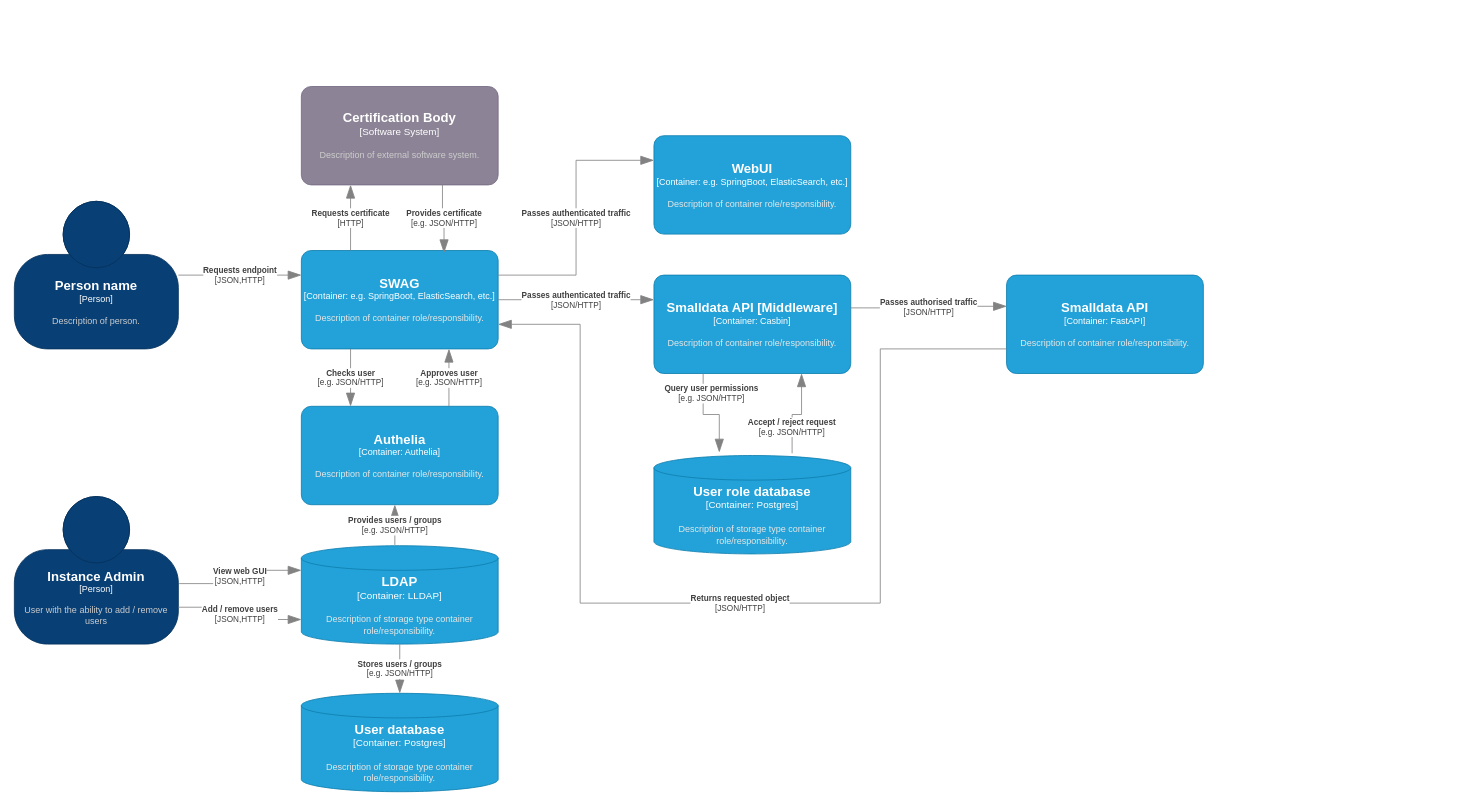
OliverWoolland/Diagrams keeps this draw.io diagram as page "Authentication" (6 of 6) of Smalldata_io.drawio. Above is the earlier version. Source tidied: cells renumbered, new cells numbered last; positions are measured from the earlier drawing's top-left corner, leaving out a move shared by most shapes. Both pictures are drawn from the tidied source at 82%, with x=0, y=0 at pixel (14, 86).
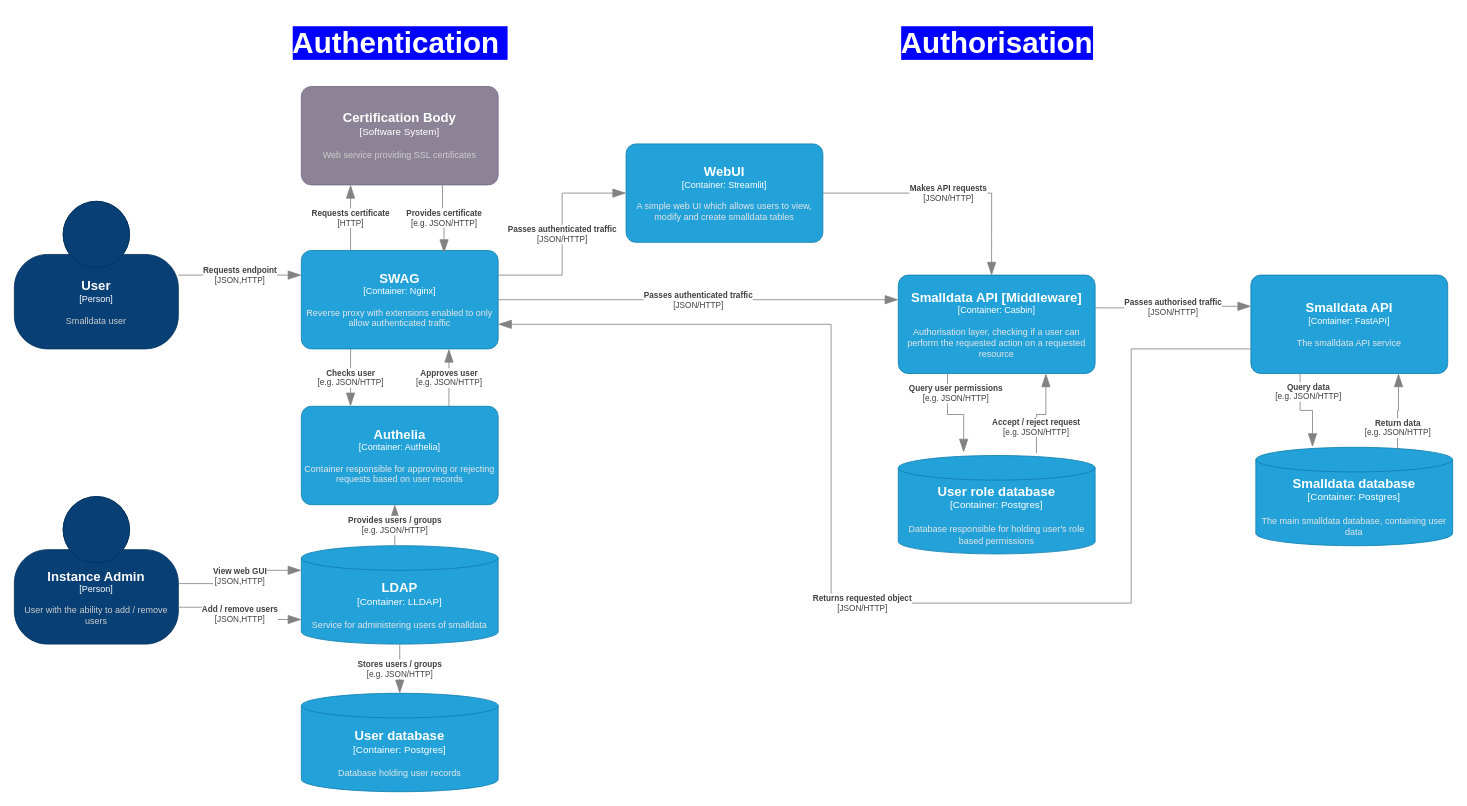
Above is the later version.

Change to the diagram source:
```diff
@@
-    <object id="2" label="&lt;font style=&quot;font-size: 16px&quot;&gt;&lt;b&gt;%c4Name%&lt;/b&gt;&lt;/font&gt;&lt;div&gt;[%c4Type%]&lt;/div&gt;&lt;br&gt;&lt;div&gt;&lt;font style=&quot;font-size: 11px&quot;&gt;&lt;font color=&quot;#cccccc&quot;&gt;%c4Description%&lt;/font&gt;&lt;/div&gt;" c4Description="Description of person." c4Name="Person name" c4Type="Person" placeholders="1">
+    <object id="2" label="&lt;font style=&quot;font-size: 16px&quot;&gt;&lt;b&gt;%c4Name%&lt;/b&gt;&lt;/font&gt;&lt;div&gt;[%c4Type%]&lt;/div&gt;&lt;br&gt;&lt;div&gt;&lt;font style=&quot;font-size: 11px&quot;&gt;&lt;font color=&quot;#cccccc&quot;&gt;%c4Description%&lt;/font&gt;&lt;/div&gt;" c4Description="Smalldata user" c4Name="User" c4Type="Person" placeholders="1">
       <mxCell style="html=1;fontSize=11;dashed=0;whiteSpace=wrap;fillColor=#083F75;strokeColor=#06315C;fontColor=#ffffff;shape=mxgraph.c4.person2;align=center;points=[[0.5,0,0],[1,0.5,0],[1,0.75,0],[0.75,1,0],[0.5,1,0],[0.25,1,0],[0,0.75,0],[0,0.5,0]];" parent="1" vertex="1">
         <mxGeometry y="140" width="200" height="180" as="geometry" />
       </mxCell>
     </object>
-    <object id="3" label="&lt;font style=&quot;font-size: 16px&quot;&gt;&lt;b&gt;%c4Name%&lt;/b&gt;&lt;/font&gt;&lt;div&gt;[%c4Type%]&lt;/div&gt;&lt;br&gt;&lt;div&gt;&lt;font style=&quot;font-size: 11px&quot;&gt;&lt;font color=&quot;#cccccc&quot;&gt;%c4Description%&lt;/font&gt;&lt;/div&gt;" c4Description="Description of external software system." c4Name="Certification Body" c4Type="Software System" placeholders="1">
+    <object id="3" label="&lt;font style=&quot;font-size: 16px&quot;&gt;&lt;b&gt;%c4Name%&lt;/b&gt;&lt;/font&gt;&lt;div&gt;[%c4Type%]&lt;/div&gt;&lt;br&gt;&lt;div&gt;&lt;font style=&quot;font-size: 11px&quot;&gt;&lt;font color=&quot;#cccccc&quot;&gt;%c4Description%&lt;/font&gt;&lt;/div&gt;" c4Description="Web service providing SSL certificates" c4Name="Certification Body" c4Type="Software System" placeholders="1">
       <mxCell style="rounded=1;whiteSpace=wrap;html=1;labelBackgroundColor=none;fillColor=#8C8496;fontColor=#ffffff;align=center;arcSize=10;strokeColor=#736782;points=[[0.25,0,0],[0.5,0,0],[0.75,0,0],[1,0.25,0],[1,0.5,0],[1,0.75,0],[0.75,1,0],[0.5,1,0],[0.25,1,0],[0,0.75,0],[0,0.5,0],[0,0.25,0]];" parent="1" vertex="1">
         <mxGeometry x="350" width="240" height="120" as="geometry" />
       </mxCell>
     </object>
-    <object id="4" label="&lt;font style=&quot;font-size: 16px&quot;&gt;&lt;b&gt;%c4Name%&lt;/b&gt;&lt;/font&gt;&lt;div&gt;[%c4Type%: %c4Technology%]&lt;/div&gt;&lt;br&gt;&lt;div&gt;&lt;font style=&quot;font-size: 11px&quot;&gt;&lt;font color=&quot;#E6E6E6&quot;&gt;%c4Description%&lt;/font&gt;&lt;/div&gt;" c4Description="Description of container role/responsibility." c4Name="SWAG" c4Technology="e.g. SpringBoot, ElasticSearch, etc." c4Type="Container" placeholders="1">
+    <object id="4" label="&lt;font style=&quot;font-size: 16px&quot;&gt;&lt;b&gt;%c4Name%&lt;/b&gt;&lt;/font&gt;&lt;div&gt;[%c4Type%: %c4Technology%]&lt;/div&gt;&lt;br&gt;&lt;div&gt;&lt;font style=&quot;font-size: 11px&quot;&gt;&lt;font color=&quot;#E6E6E6&quot;&gt;%c4Description%&lt;/font&gt;&lt;/div&gt;" c4Description="Reverse proxy with extensions enabled to only allow authenticated traffic" c4Name="SWAG" c4Technology="Nginx" c4Type="Container" placeholders="1">
       <mxCell style="rounded=1;whiteSpace=wrap;html=1;fontSize=11;labelBackgroundColor=none;fillColor=#23A2D9;fontColor=#ffffff;align=center;arcSize=10;strokeColor=#0E7DAD;points=[[0.25,0,0],[0.5,0,0],[0.75,0,0],[1,0.25,0],[1,0.5,0],[1,0.75,0],[0.75,1,0],[0.5,1,0],[0.25,1,0],[0,0.75,0],[0,0.5,0],[0,0.25,0]];" parent="1" vertex="1">
         <mxGeometry x="350" y="200" width="240" height="120" as="geometry" />
       </mxCell>
     </object>
-    <object id="5" label="&lt;font style=&quot;font-size: 16px&quot;&gt;&lt;b&gt;%c4Name%&lt;/b&gt;&lt;/font&gt;&lt;div&gt;[%c4Type%: %c4Technology%]&lt;/div&gt;&lt;br&gt;&lt;div&gt;&lt;font style=&quot;font-size: 11px&quot;&gt;&lt;font color=&quot;#E6E6E6&quot;&gt;%c4Description%&lt;/font&gt;&lt;/div&gt;" c4Description="Description of container role/responsibility." c4Name="Smalldata API [Middleware]" c4Technology="Casbin" c4Type="Container" placeholders="1">
+    <object id="5" label="&lt;font style=&quot;font-size: 16px&quot;&gt;&lt;b&gt;%c4Name%&lt;/b&gt;&lt;/font&gt;&lt;div&gt;[%c4Type%: %c4Technology%]&lt;/div&gt;&lt;br&gt;&lt;div&gt;&lt;font style=&quot;font-size: 11px&quot;&gt;&lt;font color=&quot;#E6E6E6&quot;&gt;%c4Description%&lt;/font&gt;&lt;/div&gt;" c4Description="Authorisation layer, checking if a user can perform the requested action on a requested resource" c4Name="Smalldata API [Middleware]" c4Technology="Casbin" c4Type="Container" placeholders="1">
       <mxCell style="rounded=1;whiteSpace=wrap;html=1;fontSize=11;labelBackgroundColor=none;fillColor=#23A2D9;fontColor=#ffffff;align=center;arcSize=10;strokeColor=#0E7DAD;points=[[0.25,0,0],[0.5,0,0],[0.75,0,0],[1,0.25,0],[1,0.5,0],[1,0.75,0],[0.75,1,0],[0.5,1,0],[0.25,1,0],[0,0.75,0],[0,0.5,0],[0,0.25,0]];" parent="1" vertex="1">
-        <mxGeometry x="780" y="230" width="240" height="120" as="geometry" />
+        <mxGeometry x="1078" y="230" width="240" height="120" as="geometry" />
       </mxCell>
     </object>
-    <object id="6" label="&lt;font style=&quot;font-size: 16px&quot;&gt;&lt;b&gt;%c4Name%&lt;/b&gt;&lt;/font&gt;&lt;div&gt;[%c4Type%: %c4Technology%]&lt;/div&gt;&lt;br&gt;&lt;div&gt;&lt;font style=&quot;font-size: 11px&quot;&gt;&lt;font color=&quot;#E6E6E6&quot;&gt;%c4Description%&lt;/font&gt;&lt;/div&gt;" c4Description="Description of container role/responsibility." c4Name="Authelia" c4Technology="Authelia" c4Type="Container" placeholders="1">
+    <object id="6" label="&lt;font style=&quot;font-size: 16px&quot;&gt;&lt;b&gt;%c4Name%&lt;/b&gt;&lt;/font&gt;&lt;div&gt;[%c4Type%: %c4Technology%]&lt;/div&gt;&lt;br&gt;&lt;div&gt;&lt;font style=&quot;font-size: 11px&quot;&gt;&lt;font color=&quot;#E6E6E6&quot;&gt;%c4Description%&lt;/font&gt;&lt;/div&gt;" c4Description="Container responsible for approving or rejecting requests based on user records" c4Name="Authelia" c4Technology="Authelia" c4Type="Container" placeholders="1">
       <mxCell style="rounded=1;whiteSpace=wrap;html=1;fontSize=11;labelBackgroundColor=none;fillColor=#23A2D9;fontColor=#ffffff;align=center;arcSize=10;strokeColor=#0E7DAD;points=[[0.25,0,0],[0.5,0,0],[0.75,0,0],[1,0.25,0],[1,0.5,0],[1,0.75,0],[0.75,1,0],[0.5,1,0],[0.25,1,0],[0,0.75,0],[0,0.5,0],[0,0.25,0]];" parent="1" vertex="1">
         <mxGeometry x="350" y="390" width="240" height="120" as="geometry" />
       </mxCell>
     </object>
-    <object id="7" label="&lt;font style=&quot;font-size: 16px&quot;&gt;&lt;b&gt;%c4Name%&lt;/b&gt;&lt;/font&gt;&lt;div&gt;[%c4Type%: %c4Technology%]&lt;/div&gt;&lt;br&gt;&lt;div&gt;&lt;font style=&quot;font-size: 11px&quot;&gt;&lt;font color=&quot;#E6E6E6&quot;&gt;%c4Description%&lt;/font&gt;&lt;/div&gt;" c4Description="Description of container role/responsibility." c4Name="WebUI" c4Technology="e.g. SpringBoot, ElasticSearch, etc." c4Type="Container" placeholders="1">
+    <object id="7" label="&lt;font style=&quot;font-size: 16px&quot;&gt;&lt;b&gt;%c4Name%&lt;/b&gt;&lt;/font&gt;&lt;div&gt;[%c4Type%: %c4Technology%]&lt;/div&gt;&lt;br&gt;&lt;div&gt;&lt;font style=&quot;font-size: 11px&quot;&gt;&lt;font color=&quot;#E6E6E6&quot;&gt;%c4Description%&lt;/font&gt;&lt;/div&gt;" c4Description="A simple web UI which allows users to view, modify and create smalldata tables" c4Name="WebUI" c4Technology="Streamlit" c4Type="Container" placeholders="1">
       <mxCell style="rounded=1;whiteSpace=wrap;html=1;fontSize=11;labelBackgroundColor=none;fillColor=#23A2D9;fontColor=#ffffff;align=center;arcSize=10;strokeColor=#0E7DAD;points=[[0.25,0,0],[0.5,0,0],[0.75,0,0],[1,0.25,0],[1,0.5,0],[1,0.75,0],[0.75,1,0],[0.5,1,0],[0.25,1,0],[0,0.75,0],[0,0.5,0],[0,0.25,0]];" parent="1" vertex="1">
-        <mxGeometry x="780" y="60" width="240" height="120" as="geometry" />
+        <mxGeometry x="746" y="70" width="240" height="120" as="geometry" />
       </mxCell>
     </object>
-    <object id="8" label="&lt;font style=&quot;font-size: 16px&quot;&gt;&lt;b&gt;%c4Type%&lt;/b&gt;&lt;/font&gt;&lt;div&gt;[%c4Container%:&amp;nbsp;%c4Technology%]&lt;/div&gt;&lt;br&gt;&lt;div&gt;&lt;font style=&quot;font-size: 11px&quot;&gt;&lt;font color=&quot;#E6E6E6&quot;&gt;%c4Description%&lt;/font&gt;&lt;/div&gt;" c4Container="Container" c4Description="Description of storage type container role/responsibility." c4Technology="Postgres" c4Type="User role database" placeholders="1">
+    <object id="8" label="&lt;font style=&quot;font-size: 16px&quot;&gt;&lt;b&gt;%c4Type%&lt;/b&gt;&lt;/font&gt;&lt;div&gt;[%c4Container%:&amp;nbsp;%c4Technology%]&lt;/div&gt;&lt;br&gt;&lt;div&gt;&lt;font style=&quot;font-size: 11px&quot;&gt;&lt;font color=&quot;#E6E6E6&quot;&gt;%c4Description%&lt;/font&gt;&lt;/div&gt;" c4Container="Container" c4Description="Database responsible for holding user's role based permissions" c4Technology="Postgres" c4Type="User role database" placeholders="1">
       <mxCell style="shape=cylinder3;size=15;whiteSpace=wrap;html=1;boundedLbl=1;rounded=0;labelBackgroundColor=none;fillColor=#23A2D9;fontSize=12;fontColor=#ffffff;align=center;strokeColor=#0E7DAD;points=[[0.5,0,0],[1,0.25,0],[1,0.5,0],[1,0.75,0],[0.5,1,0],[0,0.75,0],[0,0.5,0],[0,0.25,0]];" parent="1" vertex="1">
-        <mxGeometry x="780" y="450" width="240" height="120" as="geometry" />
+        <mxGeometry x="1078" y="450" width="240" height="120" as="geometry" />
       </mxCell>
     </object>
-    <object id="9" label="&lt;font style=&quot;font-size: 16px&quot;&gt;&lt;b&gt;%c4Type%&lt;/b&gt;&lt;/font&gt;&lt;div&gt;[%c4Container%:&amp;nbsp;%c4Technology%]&lt;/div&gt;&lt;br&gt;&lt;div&gt;&lt;font style=&quot;font-size: 11px&quot;&gt;&lt;font color=&quot;#E6E6E6&quot;&gt;%c4Description%&lt;/font&gt;&lt;/div&gt;" c4Container="Container" c4Description="Description of storage type container role/responsibility." c4Technology="LLDAP" c4Type="LDAP" placeholders="1">
+    <object id="9" label="&lt;font style=&quot;font-size: 16px&quot;&gt;&lt;b&gt;%c4Type%&lt;/b&gt;&lt;/font&gt;&lt;div&gt;[%c4Container%:&amp;nbsp;%c4Technology%]&lt;/div&gt;&lt;br&gt;&lt;div&gt;&lt;font style=&quot;font-size: 11px&quot;&gt;&lt;font color=&quot;#E6E6E6&quot;&gt;%c4Description%&lt;/font&gt;&lt;/div&gt;" c4Container="Container" c4Description="Service for administering users of smalldata" c4Technology="LLDAP" c4Type="LDAP" placeholders="1">
       <mxCell style="shape=cylinder3;size=15;whiteSpace=wrap;html=1;boundedLbl=1;rounded=0;labelBackgroundColor=none;fillColor=#23A2D9;fontSize=12;fontColor=#ffffff;align=center;strokeColor=#0E7DAD;points=[[0.5,0,0],[1,0.25,0],[1,0.5,0],[1,0.75,0],[0.5,1,0],[0,0.75,0],[0,0.5,0],[0,0.25,0]];" parent="1" vertex="1">
         <mxGeometry x="350" y="560" width="240" height="120" as="geometry" />
       </mxCell>
     </object>
@@
     <object id="16" label="&lt;div style=&quot;text-align: left&quot;&gt;&lt;div style=&quot;text-align: center&quot;&gt;&lt;b&gt;%c4Description%&lt;/b&gt;&lt;/div&gt;&lt;div style=&quot;text-align: center&quot;&gt;[%c4Technology%]&lt;/div&gt;&lt;/div&gt;" c4Description="Passes authenticated traffic" c4Technology="JSON/HTTP" placeholders="1">
-      <mxCell style="endArrow=blockThin;html=1;fontSize=10;fontColor=#404040;strokeWidth=1;endFill=1;strokeColor=#828282;elbow=vertical;endSize=14;startSize=14;jumpStyle=arc;jumpSize=16;rounded=0;edgeStyle=orthogonalEdgeStyle;exitX=1;exitY=0.25;exitDx=0;exitDy=0;exitPerimeter=0;entryX=0;entryY=0.25;entryDx=0;entryDy=0;entryPerimeter=0;" parent="1" edge="1" source="4" target="7">
+      <mxCell style="endArrow=blockThin;html=1;fontSize=10;fontColor=#404040;strokeWidth=1;endFill=1;strokeColor=#828282;elbow=vertical;endSize=14;startSize=14;jumpStyle=arc;jumpSize=16;rounded=0;edgeStyle=orthogonalEdgeStyle;exitX=1;exitY=0.25;exitDx=0;exitDy=0;exitPerimeter=0;entryX=0;entryY=0.5;entryDx=0;entryDy=0;entryPerimeter=0;" parent="1" edge="1" source="4" target="7">
         <mxGeometry relative="1" as="geometry" />
       </mxCell>
     </object>
@@
-    <object id="18" label="&lt;font style=&quot;font-size: 16px&quot;&gt;&lt;b&gt;%c4Name%&lt;/b&gt;&lt;/font&gt;&lt;div&gt;[%c4Type%: %c4Technology%]&lt;/div&gt;&lt;br&gt;&lt;div&gt;&lt;font style=&quot;font-size: 11px&quot;&gt;&lt;font color=&quot;#E6E6E6&quot;&gt;%c4Description%&lt;/font&gt;&lt;/div&gt;" c4Description="Description of container role/responsibility." c4Name="Smalldata API " c4Technology="FastAPI" c4Type="Container" placeholders="1">
+    <object id="18" label="&lt;font style=&quot;font-size: 16px&quot;&gt;&lt;b&gt;%c4Name%&lt;/b&gt;&lt;/font&gt;&lt;div&gt;[%c4Type%: %c4Technology%]&lt;/div&gt;&lt;br&gt;&lt;div&gt;&lt;font style=&quot;font-size: 11px&quot;&gt;&lt;font color=&quot;#E6E6E6&quot;&gt;%c4Description%&lt;/font&gt;&lt;/div&gt;" c4Description="The smalldata API service" c4Name="Smalldata API " c4Technology="FastAPI" c4Type="Container" placeholders="1">
       <mxCell style="rounded=1;whiteSpace=wrap;html=1;fontSize=11;labelBackgroundColor=none;fillColor=#23A2D9;fontColor=#ffffff;align=center;arcSize=10;strokeColor=#0E7DAD;points=[[0.25,0,0],[0.5,0,0],[0.75,0,0],[1,0.25,0],[1,0.5,0],[1,0.75,0],[0.75,1,0],[0.5,1,0],[0.25,1,0],[0,0.75,0],[0,0.5,0],[0,0.25,0]];" parent="1" vertex="1">
-        <mxGeometry x="1210" y="230" width="240" height="120" as="geometry" />
+        <mxGeometry x="1508" y="230" width="240" height="120" as="geometry" />
       </mxCell>
     </object>
@@
     <object id="20" label="&lt;div style=&quot;text-align: left&quot;&gt;&lt;div style=&quot;text-align: center&quot;&gt;&lt;b&gt;%c4Description%&lt;/b&gt;&lt;/div&gt;&lt;div style=&quot;text-align: center&quot;&gt;[%c4Technology%]&lt;/div&gt;&lt;/div&gt;" c4Description="Returns requested object" c4Technology="JSON/HTTP" placeholders="1">
-      <mxCell style="endArrow=blockThin;html=1;fontSize=10;fontColor=#404040;strokeWidth=1;endFill=1;strokeColor=#828282;elbow=vertical;endSize=14;startSize=14;jumpStyle=arc;jumpSize=16;rounded=0;edgeStyle=orthogonalEdgeStyle;entryX=1;entryY=0.75;entryDx=0;entryDy=0;entryPerimeter=0;exitX=0;exitY=0.75;exitDx=0;exitDy=0;exitPerimeter=0;" parent="1" edge="1" source="18" target="4">
+      <mxCell style="endArrow=blockThin;html=1;fontSize=10;fontColor=#404040;strokeWidth=1;endFill=1;strokeColor=#828282;elbow=vertical;endSize=14;startSize=14;jumpStyle=arc;jumpSize=16;rounded=0;edgeStyle=orthogonalEdgeStyle;exitX=0;exitY=0.75;exitDx=0;exitDy=0;exitPerimeter=0;entryX=1;entryY=0.75;entryDx=0;entryDy=0;entryPerimeter=0;" parent="1" edge="1" source="18" target="4">
         <mxGeometry relative="1" as="geometry">
           <Array as="points">
-            <mxPoint x="1056" y="320" />
-            <mxPoint x="1056" y="630" />
-            <mxPoint x="690" y="630" />
-            <mxPoint x="690" y="290" />
+            <mxPoint x="1362" y="320" />
+            <mxPoint x="1362" y="630" />
+            <mxPoint x="996" y="630" />
+            <mxPoint x="996" y="290" />
           </Array>
         </mxGeometry>
       </mxCell>
     </object>
@@
-    <object id="24" label="&lt;font style=&quot;font-size: 16px&quot;&gt;&lt;b&gt;%c4Type%&lt;/b&gt;&lt;/font&gt;&lt;div&gt;[%c4Container%:&amp;nbsp;%c4Technology%]&lt;/div&gt;&lt;br&gt;&lt;div&gt;&lt;font style=&quot;font-size: 11px&quot;&gt;&lt;font color=&quot;#E6E6E6&quot;&gt;%c4Description%&lt;/font&gt;&lt;/div&gt;" c4Container="Container" c4Description="Description of storage type container role/responsibility." c4Technology="Postgres" c4Type="User database" placeholders="1">
+    <object id="24" label="&lt;font style=&quot;font-size: 16px&quot;&gt;&lt;b&gt;%c4Type%&lt;/b&gt;&lt;/font&gt;&lt;div&gt;[%c4Container%:&amp;nbsp;%c4Technology%]&lt;/div&gt;&lt;br&gt;&lt;div&gt;&lt;font style=&quot;font-size: 11px&quot;&gt;&lt;font color=&quot;#E6E6E6&quot;&gt;%c4Description%&lt;/font&gt;&lt;/div&gt;" c4Container="Container" c4Description="Database holding user records" c4Technology="Postgres" c4Type="User database" placeholders="1">
       <mxCell style="shape=cylinder3;size=15;whiteSpace=wrap;html=1;boundedLbl=1;rounded=0;labelBackgroundColor=none;fillColor=#23A2D9;fontSize=12;fontColor=#ffffff;align=center;strokeColor=#0E7DAD;points=[[0.5,0,0],[1,0.25,0],[1,0.5,0],[1,0.75,0],[0.5,1,0],[0,0.75,0],[0,0.5,0],[0,0.25,0]];" parent="1" vertex="1">
         <mxGeometry x="350" y="740" width="240" height="120" as="geometry" />
       </mxCell>
     </object>
@@
+    <object id="28" label="&lt;font style=&quot;font-size: 16px&quot;&gt;&lt;b&gt;%c4Type%&lt;/b&gt;&lt;/font&gt;&lt;div&gt;[%c4Container%:&amp;nbsp;%c4Technology%]&lt;/div&gt;&lt;br&gt;&lt;div&gt;&lt;font style=&quot;font-size: 11px&quot;&gt;&lt;font color=&quot;#E6E6E6&quot;&gt;%c4Description%&lt;/font&gt;&lt;/div&gt;" c4Container="Container" c4Description="The main smalldata database, containing user data" c4Technology="Postgres" c4Type="Smalldata database" placeholders="1">
+      <mxCell style="shape=cylinder3;size=15;whiteSpace=wrap;html=1;boundedLbl=1;rounded=0;labelBackgroundColor=none;fillColor=#23A2D9;fontSize=12;fontColor=#ffffff;align=center;strokeColor=#0E7DAD;points=[[0.5,0,0],[1,0.25,0],[1,0.5,0],[1,0.75,0],[0.5,1,0],[0,0.75,0],[0,0.5,0],[0,0.25,0]];" parent="1" vertex="1">
+        <mxGeometry x="1514" y="440" width="240" height="120" as="geometry" />
+      </mxCell>
+    </object>
+    <object id="29" label="&lt;div style=&quot;text-align: left&quot;&gt;&lt;div style=&quot;text-align: center&quot;&gt;&lt;b&gt;%c4Description%&lt;/b&gt;&lt;/div&gt;&lt;div style=&quot;text-align: center&quot;&gt;[%c4Technology%]&lt;/div&gt;&lt;/div&gt;" c4Description="Query data" c4Technology="e.g. JSON/HTTP" placeholders="1">
+      <mxCell style="endArrow=blockThin;html=1;fontSize=10;fontColor=#404040;strokeWidth=1;endFill=1;strokeColor=#828282;elbow=vertical;endSize=14;startSize=14;jumpStyle=arc;jumpSize=16;rounded=0;edgeStyle=orthogonalEdgeStyle;exitX=0.25;exitY=1;exitDx=0;exitDy=0;exitPerimeter=0;entryX=0.288;entryY=-0.004;entryDx=0;entryDy=0;entryPerimeter=0;" parent="1" edge="1" source="18" target="28">
+        <mxGeometry x="-0.56" y="10" relative="1" as="geometry">
+          <mxPoint y="-1" as="offset" />
+        </mxGeometry>
+      </mxCell>
+    </object>
+    <object id="30" label="&lt;div style=&quot;text-align: left&quot;&gt;&lt;div style=&quot;text-align: center&quot;&gt;&lt;b&gt;%c4Description%&lt;/b&gt;&lt;/div&gt;&lt;div style=&quot;text-align: center&quot;&gt;[%c4Technology%]&lt;/div&gt;&lt;/div&gt;" c4Description="Return data" c4Technology="e.g. JSON/HTTP" placeholders="1">
+      <mxCell style="endArrow=blockThin;html=1;fontSize=10;fontColor=#404040;strokeWidth=1;endFill=1;strokeColor=#828282;elbow=vertical;endSize=14;startSize=14;jumpStyle=arc;jumpSize=16;rounded=0;edgeStyle=orthogonalEdgeStyle;exitX=0.72;exitY=0.027;exitDx=0;exitDy=0;exitPerimeter=0;entryX=0.75;entryY=1;entryDx=0;entryDy=0;entryPerimeter=0;" parent="1" edge="1" source="28" target="18">
+        <mxGeometry x="-0.42" relative="1" as="geometry" />
+      </mxCell>
+    </object>
+    <object id="31" label="&lt;div style=&quot;text-align: left&quot;&gt;&lt;div style=&quot;text-align: center&quot;&gt;&lt;b&gt;%c4Description%&lt;/b&gt;&lt;/div&gt;&lt;div style=&quot;text-align: center&quot;&gt;[%c4Technology%]&lt;/div&gt;&lt;/div&gt;" c4Description="Makes API requests" c4Technology="JSON/HTTP" placeholders="1">
+      <mxCell style="endArrow=blockThin;html=1;fontSize=10;fontColor=#404040;strokeWidth=1;endFill=1;strokeColor=#828282;elbow=vertical;endSize=14;startSize=14;jumpStyle=arc;jumpSize=16;rounded=0;edgeStyle=orthogonalEdgeStyle;exitX=1;exitY=0.5;exitDx=0;exitDy=0;exitPerimeter=0;entryX=0.474;entryY=0.004;entryDx=0;entryDy=0;entryPerimeter=0;" parent="1" edge="1" source="7" target="5">
+        <mxGeometry relative="1" as="geometry" />
+      </mxCell>
+    </object>
+    <mxCell id="32" value="&lt;font color=&quot;#ffffff&quot; style=&quot;font-size: 36px;&quot;&gt;&lt;b style=&quot;background-color: rgb(0, 0, 255);&quot;&gt;Authentication&amp;nbsp;&lt;/b&gt;&lt;/font&gt;" style="text;html=1;strokeColor=none;fillColor=none;align=center;verticalAlign=middle;whiteSpace=wrap;rounded=0;" parent="1" vertex="1">
+      <mxGeometry x="380.5" y="-88" width="179" height="69" as="geometry" />
+    </mxCell>
+    <mxCell id="33" value="&lt;font color=&quot;#ffffff&quot; style=&quot;font-size: 36px;&quot;&gt;&lt;b style=&quot;background-color: rgb(0, 0, 255);&quot;&gt;Authorisation&lt;/b&gt;&lt;/font&gt;" style="text;html=1;strokeColor=none;fillColor=none;align=center;verticalAlign=middle;whiteSpace=wrap;rounded=0;" parent="1" vertex="1">
+      <mxGeometry x="1108.5" y="-88" width="179" height="69" as="geometry" />
+    </mxCell>
```
